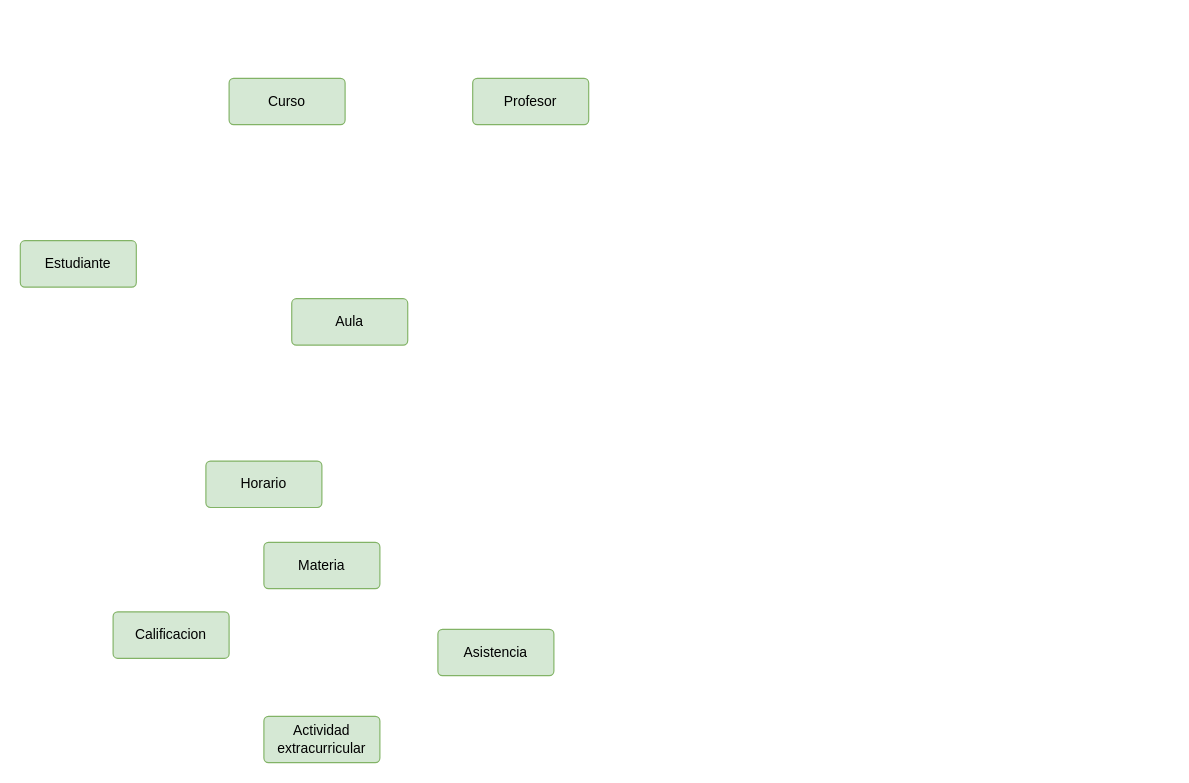
Before: Unidad_1/Tareas/Tareas_entregables/Tarea_1/Diagrama sin título.drawio in OxideVanadium/base_de_datos, a draw.io diagram. Source tidied: cells renumbered, new cells numbered last; positions are measured from the earlier drawing's top-left corner, leaving out a move shared by most shapes. Both pictures are drawn from the tidied source at 116%, with x=0, y=0 at pixel (20, 78).
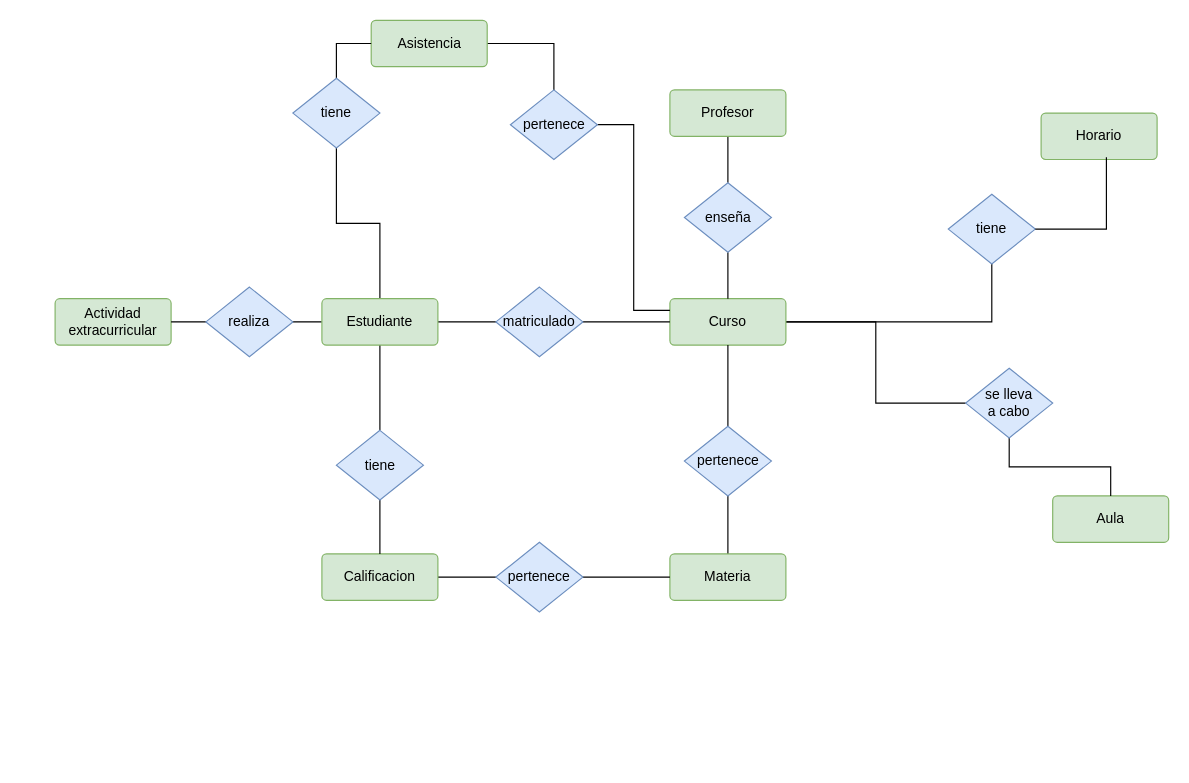
After the change.

Change to the diagram source:
```diff
@@
+    <mxCell id="11" style="edgeStyle=orthogonalEdgeStyle;rounded=0;jettySize=auto;html=1;endArrow=none;endFill=0;" parent="1" edge="1" source="2" target="22">
+      <mxGeometry relative="1" as="geometry" />
+    </mxCell>
+    <mxCell id="12" style="edgeStyle=orthogonalEdgeStyle;rounded=0;jettySize=auto;html=1;endArrow=none;endFill=0;" parent="1" edge="1" source="2" target="35">
+      <mxGeometry relative="1" as="geometry" />
+    </mxCell>
+    <mxCell id="13" style="edgeStyle=orthogonalEdgeStyle;rounded=0;jettySize=auto;html=1;endArrow=none;endFill=0;" parent="1" edge="1" source="2" target="31">
+      <mxGeometry relative="1" as="geometry" />
+    </mxCell>
+    <mxCell id="14" style="edgeStyle=orthogonalEdgeStyle;rounded=0;jettySize=auto;html=1;endArrow=none;endFill=0;" parent="1" edge="1" source="2" target="39">
+      <mxGeometry relative="1" as="geometry" />
+    </mxCell>
     <mxCell id="2" value="Estudiante" style="rounded=1;arcSize=10;whiteSpace=wrap;html=1;align=center;fillColor=#d5e8d4;strokeColor=#82b366;" parent="1" vertex="1">
-      <mxGeometry y="140" width="100" height="40" as="geometry" />
+      <mxGeometry x="260" y="190" width="100" height="40" as="geometry" />
     </mxCell>
+    <mxCell id="15" style="edgeStyle=orthogonalEdgeStyle;rounded=0;jettySize=auto;html=1;entryX=0;entryY=0.5;entryDx=0;entryDy=0;endArrow=none;endFill=0;" parent="1" edge="1" source="3" target="28">
+      <mxGeometry relative="1" as="geometry" />
+    </mxCell>
+    <mxCell id="16" style="edgeStyle=orthogonalEdgeStyle;rounded=0;jettySize=auto;html=1;endArrow=none;endFill=0;" parent="1" edge="1" source="3" target="29">
+      <mxGeometry relative="1" as="geometry" />
+    </mxCell>
     <mxCell id="3" value="Curso" style="rounded=1;arcSize=10;whiteSpace=wrap;html=1;align=center;fillColor=#d5e8d4;strokeColor=#82b366;" parent="1" vertex="1">
-      <mxGeometry x="180" width="100" height="40" as="geometry" />
+      <mxGeometry x="560" y="190" width="100" height="40" as="geometry" />
     </mxCell>
+    <mxCell id="17" style="edgeStyle=orthogonalEdgeStyle;rounded=0;jettySize=auto;html=1;entryX=0.5;entryY=0;entryDx=0;entryDy=0;endArrow=none;endFill=0;" parent="1" edge="1" source="4" target="24">
+      <mxGeometry relative="1" as="geometry" />
+    </mxCell>
     <mxCell id="4" value="Profesor" style="rounded=1;arcSize=10;whiteSpace=wrap;html=1;align=center;fillColor=#d5e8d4;strokeColor=#82b366;" parent="1" vertex="1">
-      <mxGeometry x="390" width="100" height="40" as="geometry" />
+      <mxGeometry x="560" y="10" width="100" height="40" as="geometry" />
     </mxCell>
     <mxCell id="5" value="Aula" style="rounded=1;arcSize=10;whiteSpace=wrap;html=1;align=center;fillColor=#d5e8d4;strokeColor=#82b366;" parent="1" vertex="1">
-      <mxGeometry x="234" y="190" width="100" height="40" as="geometry" />
+      <mxGeometry x="890" y="360" width="100" height="40" as="geometry" />
     </mxCell>
     <mxCell id="6" value="&lt;div&gt;Horario&lt;/div&gt;" style="rounded=1;arcSize=10;whiteSpace=wrap;html=1;align=center;fillColor=#d5e8d4;strokeColor=#82b366;" parent="1" vertex="1">
-      <mxGeometry x="160" y="330" width="100" height="40" as="geometry" />
+      <mxGeometry x="880" y="30" width="100" height="40" as="geometry" />
     </mxCell>
+    <mxCell id="18" style="edgeStyle=orthogonalEdgeStyle;rounded=0;jettySize=auto;html=1;endArrow=none;endFill=0;" parent="1" edge="1" source="7" target="26">
+      <mxGeometry relative="1" as="geometry" />
+    </mxCell>
     <mxCell id="7" value="&lt;div&gt;Materia&lt;/div&gt;" style="rounded=1;arcSize=10;whiteSpace=wrap;html=1;align=center;fillColor=#d5e8d4;strokeColor=#82b366;" parent="1" vertex="1">
-      <mxGeometry x="210" y="400" width="100" height="40" as="geometry" />
+      <mxGeometry x="560" y="410" width="100" height="40" as="geometry" />
     </mxCell>
+    <mxCell id="19" style="edgeStyle=orthogonalEdgeStyle;rounded=0;jettySize=auto;html=1;entryX=0;entryY=0.5;entryDx=0;entryDy=0;endArrow=none;endFill=0;" parent="1" edge="1" source="8" target="33">
+      <mxGeometry relative="1" as="geometry" />
+    </mxCell>
     <mxCell id="8" value="Calificacion" style="rounded=1;arcSize=10;whiteSpace=wrap;html=1;align=center;fillColor=#d5e8d4;strokeColor=#82b366;" parent="1" vertex="1">
-      <mxGeometry x="80" y="460" width="100" height="40" as="geometry" />
+      <mxGeometry x="260" y="410" width="100" height="40" as="geometry" />
     </mxCell>
+    <mxCell id="20" style="edgeStyle=orthogonalEdgeStyle;rounded=0;jettySize=auto;html=1;entryX=0.5;entryY=0;entryDx=0;entryDy=0;endArrow=none;endFill=0;" parent="1" edge="1" source="9" target="37">
+      <mxGeometry relative="1" as="geometry" />
+    </mxCell>
     <mxCell id="9" value="Asistencia" style="rounded=1;arcSize=10;whiteSpace=wrap;html=1;align=center;fillColor=#d5e8d4;strokeColor=#82b366;" parent="1" vertex="1">
-      <mxGeometry x="360" y="475" width="100" height="40" as="geometry" />
+      <mxGeometry x="302.5" y="-50" width="100" height="40" as="geometry" />
     </mxCell>
     <mxCell id="10" value="Actividad extracurricular" style="rounded=1;arcSize=10;whiteSpace=wrap;html=1;align=center;fillColor=#d5e8d4;strokeColor=#82b366;" parent="1" vertex="1">
-      <mxGeometry x="210" y="550" width="100" height="40" as="geometry" />
+      <mxGeometry x="30" y="190" width="100" height="40" as="geometry" />
     </mxCell>
+    <mxCell id="21" style="edgeStyle=orthogonalEdgeStyle;rounded=0;jettySize=auto;html=1;endArrow=none;endFill=0;" parent="1" edge="1" source="22" target="3">
+      <mxGeometry relative="1" as="geometry" />
+    </mxCell>
+    <mxCell id="22" value="matriculado" style="shape=rhombus;perimeter=rhombusPerimeter;whiteSpace=wrap;html=1;align=center;fillColor=#dae8fc;strokeColor=#6c8ebf;" parent="1" vertex="1">
+      <mxGeometry x="410" y="180" width="75" height="60" as="geometry" />
+    </mxCell>
+    <mxCell id="23" style="edgeStyle=orthogonalEdgeStyle;rounded=0;jettySize=auto;html=1;endArrow=none;endFill=0;" parent="1" edge="1" source="24" target="3">
+      <mxGeometry relative="1" as="geometry" />
+    </mxCell>
+    <mxCell id="24" value="enseña" style="shape=rhombus;perimeter=rhombusPerimeter;whiteSpace=wrap;html=1;align=center;fillColor=#dae8fc;strokeColor=#6c8ebf;" parent="1" vertex="1">
+      <mxGeometry x="572.5" y="90" width="75" height="60" as="geometry" />
+    </mxCell>
+    <mxCell id="25" style="edgeStyle=orthogonalEdgeStyle;rounded=0;jettySize=auto;html=1;endArrow=none;endFill=0;" parent="1" edge="1" source="26" target="3">
+      <mxGeometry relative="1" as="geometry" />
+    </mxCell>
+    <mxCell id="26" value="pertenece" style="shape=rhombus;perimeter=rhombusPerimeter;whiteSpace=wrap;html=1;align=center;fillColor=#dae8fc;strokeColor=#6c8ebf;" parent="1" vertex="1">
+      <mxGeometry x="572.5" y="300" width="75" height="60" as="geometry" />
+    </mxCell>
+    <mxCell id="27" style="edgeStyle=orthogonalEdgeStyle;rounded=0;jettySize=auto;html=1;endArrow=none;endFill=0;" parent="1" edge="1" source="28" target="5">
+      <mxGeometry relative="1" as="geometry" />
+    </mxCell>
+    <mxCell id="28" value="&lt;div&gt;se lleva&lt;/div&gt;&lt;div&gt;a cabo&lt;br&gt;&lt;/div&gt;" style="shape=rhombus;perimeter=rhombusPerimeter;whiteSpace=wrap;html=1;align=center;fillColor=#dae8fc;strokeColor=#6c8ebf;" parent="1" vertex="1">
+      <mxGeometry x="815" y="250" width="75" height="60" as="geometry" />
+    </mxCell>
+    <mxCell id="29" value="tiene" style="shape=rhombus;perimeter=rhombusPerimeter;whiteSpace=wrap;html=1;align=center;fillColor=#dae8fc;strokeColor=#6c8ebf;" parent="1" vertex="1">
+      <mxGeometry x="800" y="100" width="75" height="60" as="geometry" />
+    </mxCell>
+    <mxCell id="30" style="edgeStyle=orthogonalEdgeStyle;rounded=0;jettySize=auto;html=1;endArrow=none;endFill=0;" parent="1" edge="1" source="31" target="8">
+      <mxGeometry relative="1" as="geometry" />
+    </mxCell>
+    <mxCell id="31" value="tiene" style="shape=rhombus;perimeter=rhombusPerimeter;whiteSpace=wrap;html=1;align=center;fillColor=#dae8fc;strokeColor=#6c8ebf;" parent="1" vertex="1">
+      <mxGeometry x="272.5" y="303.5" width="75" height="60" as="geometry" />
+    </mxCell>
+    <mxCell id="32" style="edgeStyle=orthogonalEdgeStyle;rounded=0;jettySize=auto;html=1;endArrow=none;endFill=0;" parent="1" edge="1" source="33" target="7">
+      <mxGeometry relative="1" as="geometry" />
+    </mxCell>
+    <mxCell id="33" value="pertenece" style="shape=rhombus;perimeter=rhombusPerimeter;whiteSpace=wrap;html=1;align=center;fillColor=#dae8fc;strokeColor=#6c8ebf;" parent="1" vertex="1">
+      <mxGeometry x="410" y="400" width="75" height="60" as="geometry" />
+    </mxCell>
+    <mxCell id="34" style="edgeStyle=orthogonalEdgeStyle;rounded=0;jettySize=auto;html=1;entryX=0;entryY=0.5;entryDx=0;entryDy=0;endArrow=none;endFill=0;" parent="1" edge="1" source="35" target="9">
+      <mxGeometry relative="1" as="geometry" />
+    </mxCell>
+    <mxCell id="35" value="tiene" style="shape=rhombus;perimeter=rhombusPerimeter;whiteSpace=wrap;html=1;align=center;fillColor=#dae8fc;strokeColor=#6c8ebf;" parent="1" vertex="1">
+      <mxGeometry x="235" width="75" height="60" as="geometry" />
+    </mxCell>
+    <mxCell id="36" style="edgeStyle=orthogonalEdgeStyle;rounded=0;jettySize=auto;html=1;entryX=0;entryY=0.25;entryDx=0;entryDy=0;endArrow=none;endFill=0;" parent="1" edge="1" source="37" target="3">
+      <mxGeometry relative="1" as="geometry" />
+    </mxCell>
+    <mxCell id="37" value="pertenece" style="shape=rhombus;perimeter=rhombusPerimeter;whiteSpace=wrap;html=1;align=center;fillColor=#dae8fc;strokeColor=#6c8ebf;" parent="1" vertex="1">
+      <mxGeometry x="422.5" y="10" width="75" height="60" as="geometry" />
+    </mxCell>
+    <mxCell id="38" style="edgeStyle=orthogonalEdgeStyle;rounded=0;jettySize=auto;html=1;endArrow=none;endFill=0;" parent="1" edge="1" source="39" target="10">
+      <mxGeometry relative="1" as="geometry" />
+    </mxCell>
+    <mxCell id="39" value="realiza" style="shape=rhombus;perimeter=rhombusPerimeter;whiteSpace=wrap;html=1;align=center;fillColor=#dae8fc;strokeColor=#6c8ebf;" parent="1" vertex="1">
+      <mxGeometry x="160" y="180" width="75" height="60" as="geometry" />
+    </mxCell>
+    <mxCell id="40" style="edgeStyle=orthogonalEdgeStyle;rounded=0;jettySize=auto;html=1;entryX=0.563;entryY=0.954;entryDx=0;entryDy=0;entryPerimeter=0;endArrow=none;endFill=0;" parent="1" edge="1" source="29" target="6">
+      <mxGeometry relative="1" as="geometry" />
+    </mxCell>
```
